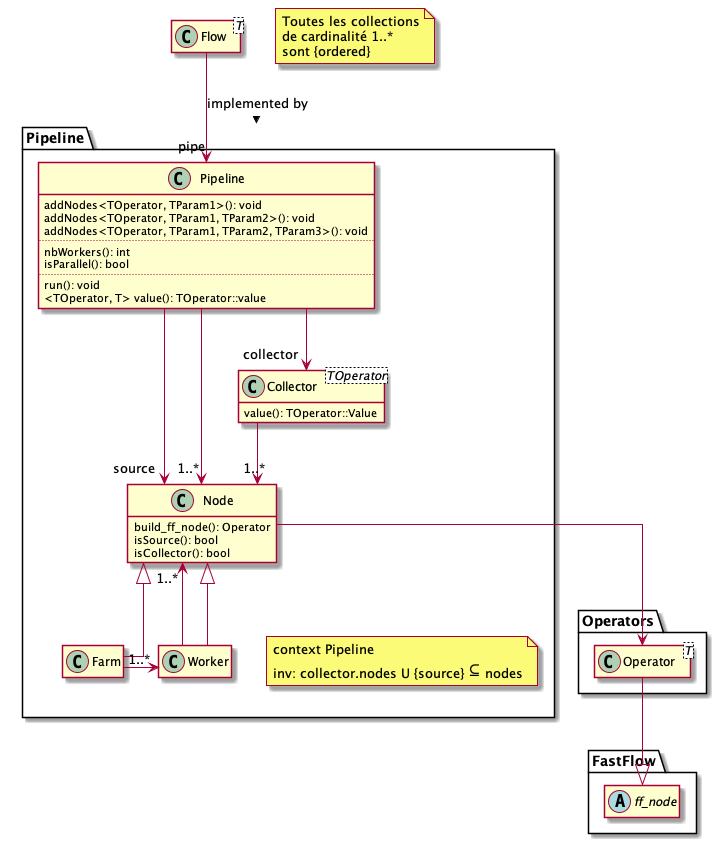
Before: MemoireRedaction/Figures/pipeline.png, a diagram exported from PlantUML (iulianc/PpFf).
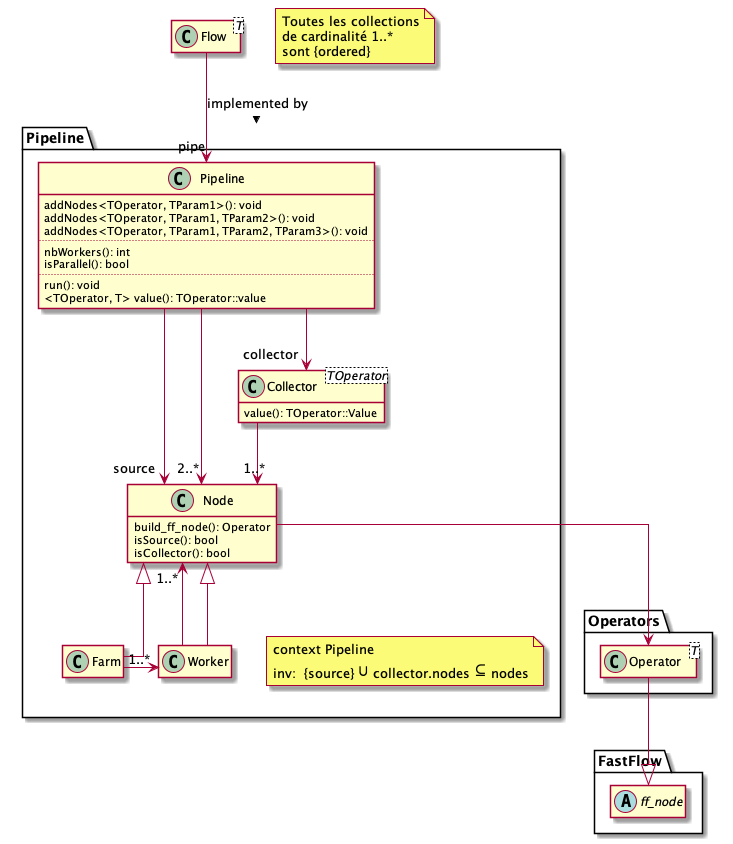
After the change.

Commit message:
Raffine annotation + cardinalire pour pipeline

What changed in the source:
```diff
@@ -58,7 +58,7 @@
 
     note as N2
     context Pipeline
-    inv: collector.nodes U {source} <size:20>&#8838;</size> nodes
+    inv:  {source} <size:20>&#8746;</size> collector.nodes <size:20>&#8838;</size> nodes
     end note
 
     N2 .[hidden] Farm
@@ -78,7 +78,7 @@
     Pipeline --> "collector" Collector
 
 
-    Pipeline --> "1..*" Node
+    Pipeline --> "2..*" Node
     Pipeline --> "source" Node
 
 
```
